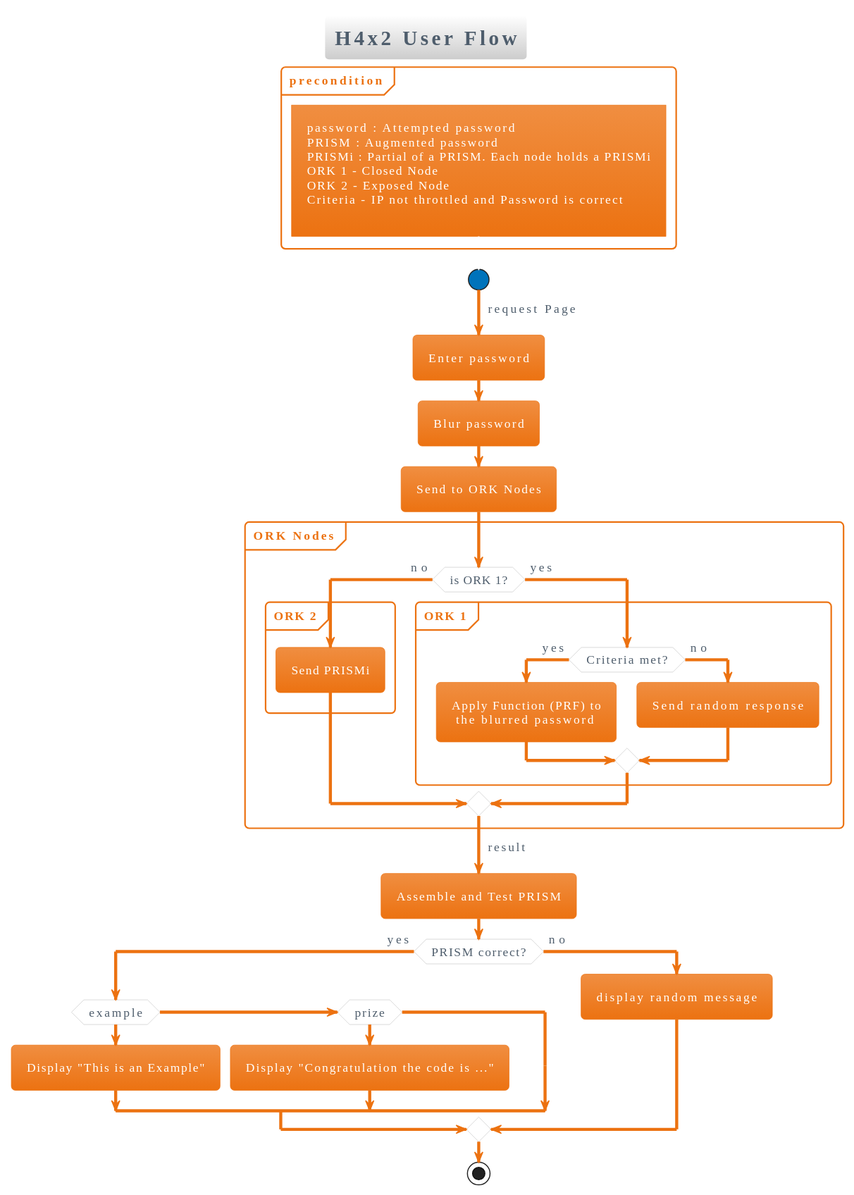
tide-foundation/Tide-h4x2 keeps this PlantUML diagram as diagrams/svg/H4x2_userflow.svg. Above is the earlier version.
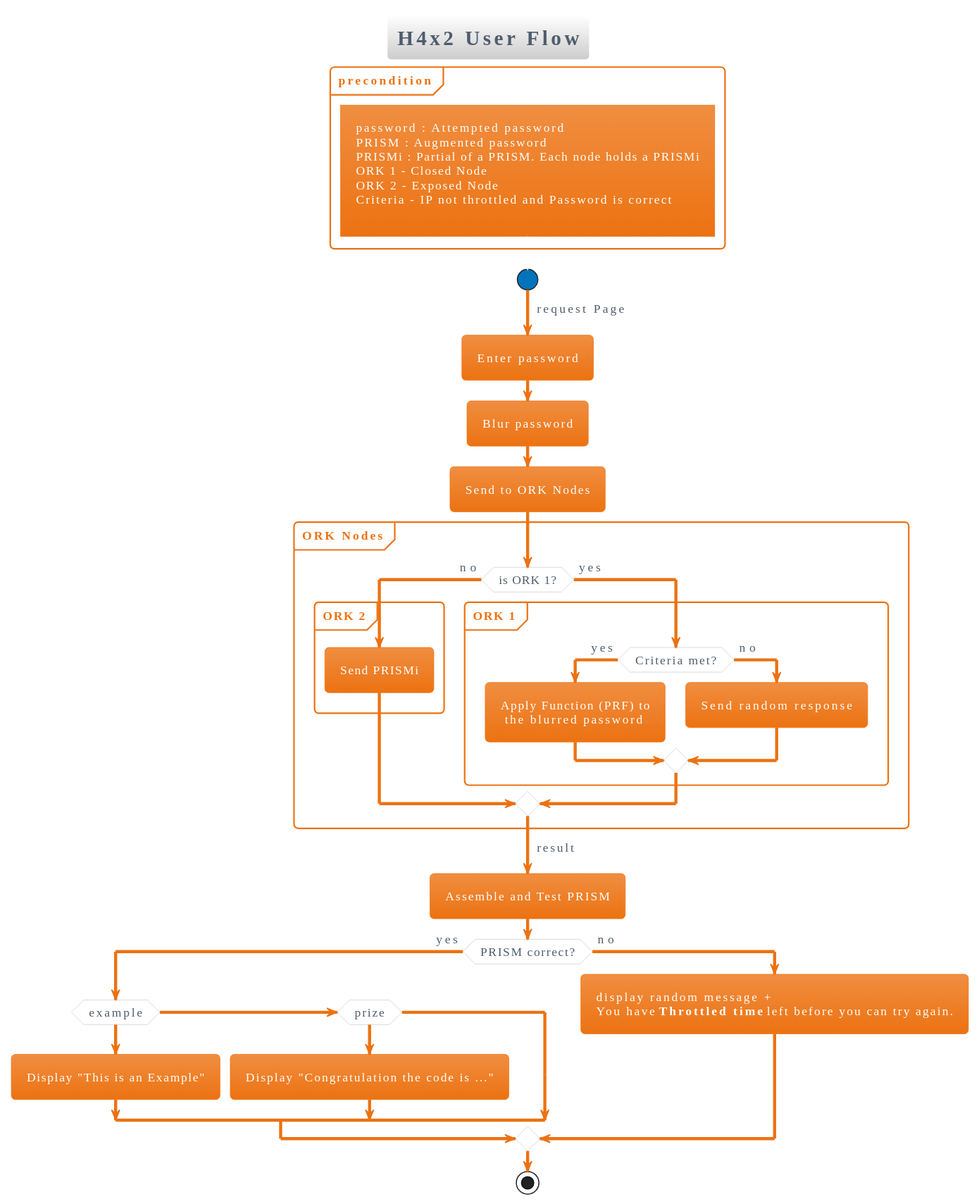
The same diagram one commit later.

Commit message:
:rocket: Adding Generated PlantUML Diagrams

Change to the diagram source:
```diff
@@ -46,7 +46,7 @@
         :Display "Congratulation the code is ...";
     endif
     else (no)
-        :display random message;
+        :display random message + \nYou have **Throttled time** left before you can try again.;
 endif
 
 
```
